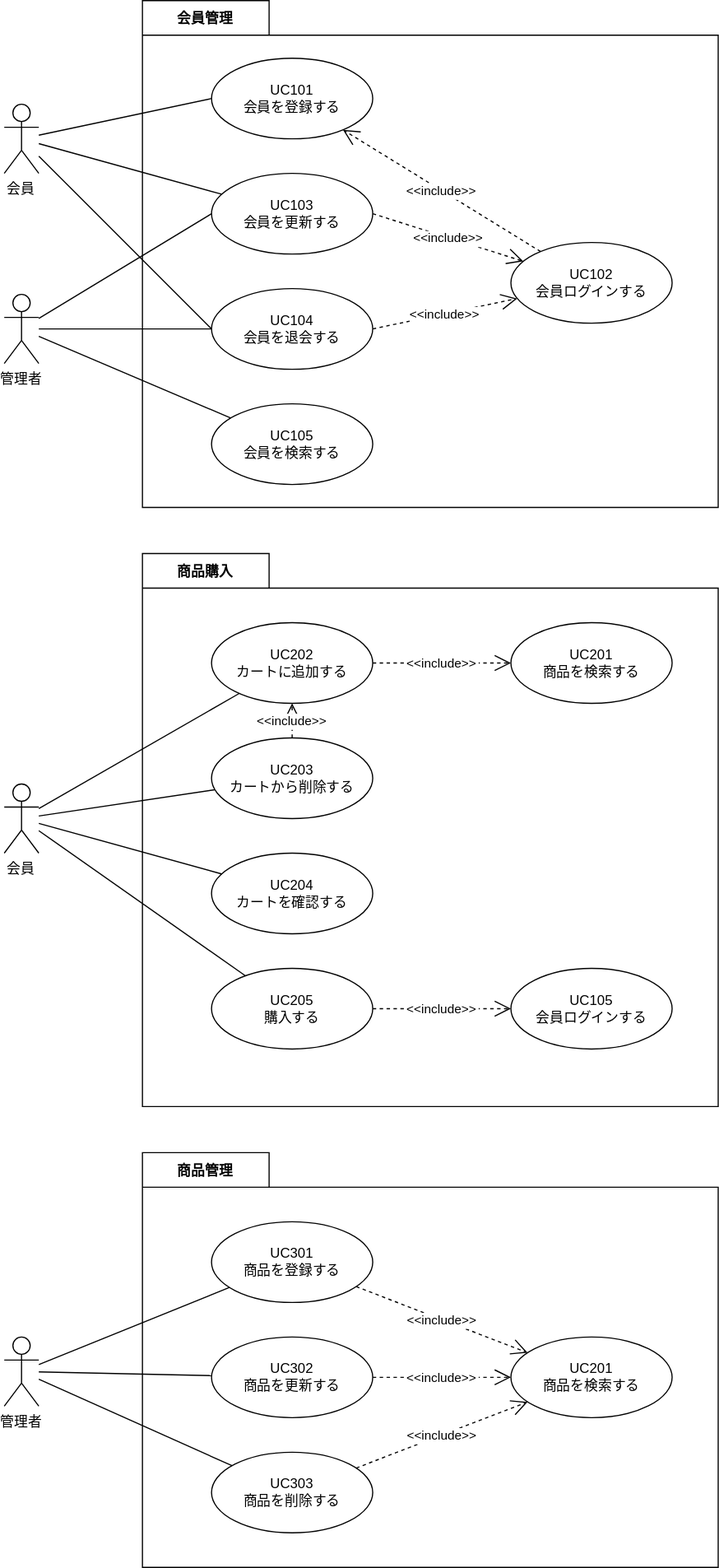
Above: documents/10_要件定義/image/usecase.drawio.svg in la-java-silicon-2021/shopping-doc (draw.io), before the change. Source tidied: cells renumbered, new cells last; positions are measured from the earlier drawing's top-left corner, leaving out a move shared by most shapes.
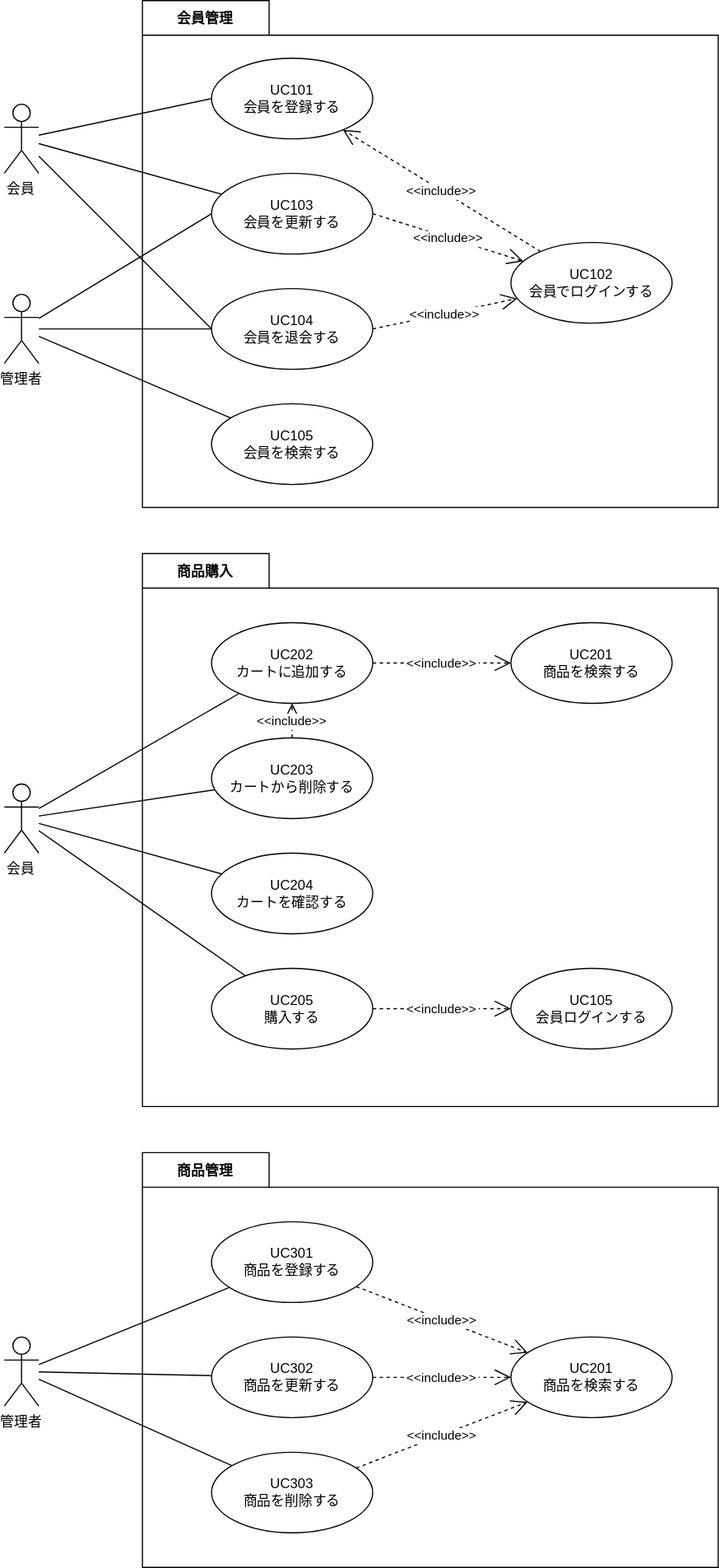
Later version of the same file.

What changed in the source:
```diff
@@ -20,7 +20,7 @@
     <mxCell id="7" value="UC105&#10;会員を検索する" style="ellipse;whiteSpace=wrap;" parent="1" vertex="1">
       <mxGeometry x="180" y="350" width="140" height="70" as="geometry" />
     </mxCell>
-    <mxCell id="8" value="UC102&#10;会員ログインする" style="ellipse;whiteSpace=wrap;" parent="1" vertex="1">
+    <mxCell id="8" value="UC102&#10;会員でログインする" style="ellipse;whiteSpace=wrap;" parent="1" vertex="1">
       <mxGeometry x="440" y="210" width="140" height="70" as="geometry" />
     </mxCell>
     <mxCell id="9" value="管理者" style="shape=umlActor;verticalLabelPosition=bottom;verticalAlign=top;" parent="1" vertex="1">
```
